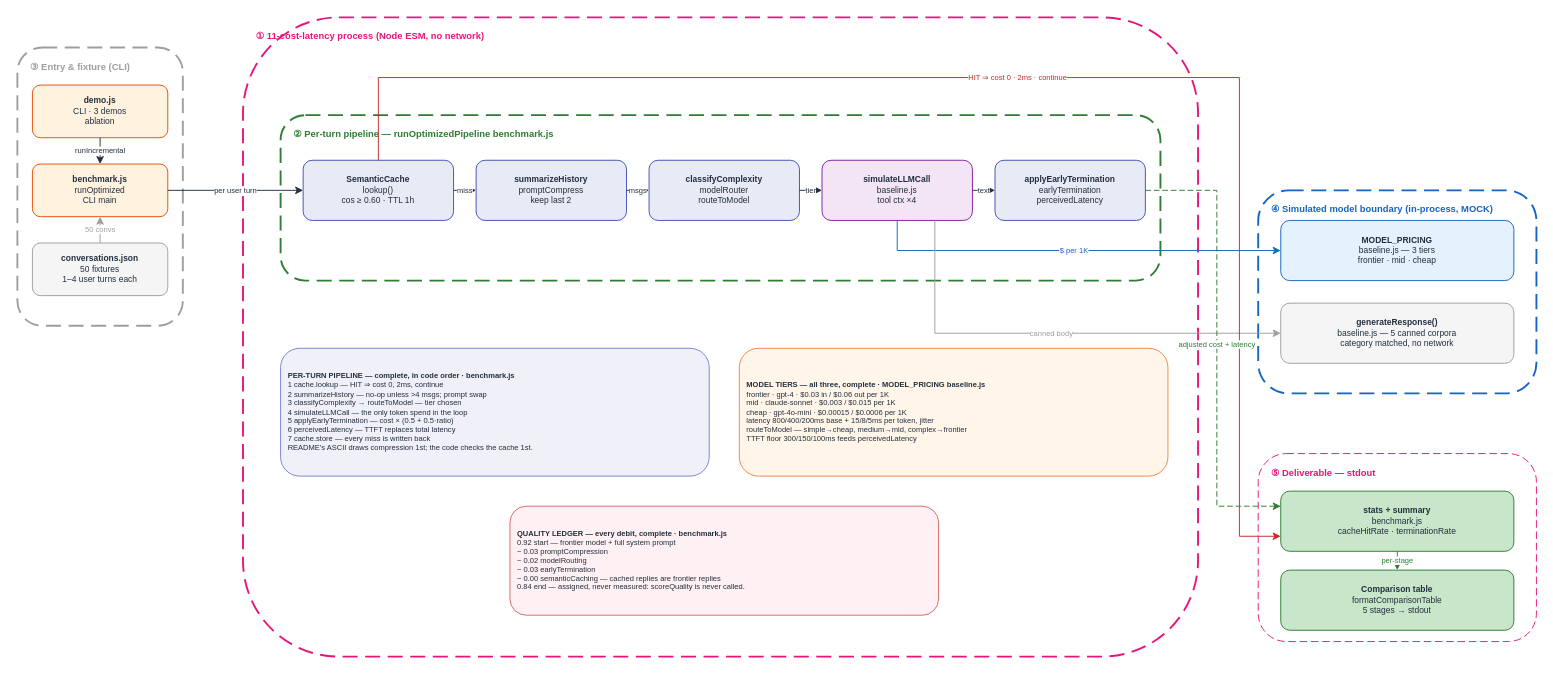
Above: docs/diagrams/cost_latency_v1/HOA_CostLatency_v1.drawio in gmaheshraju/Hands-on-AgenticAI (draw.io), before the change. Source tidied: cells renumbered, new cells numbered last; positions are measured from the earlier drawing's top-left corner, leaving out a move shared by most shapes. Both pictures are drawn from the tidied source at 94%, with x=0, y=0 at pixel (17, 17).
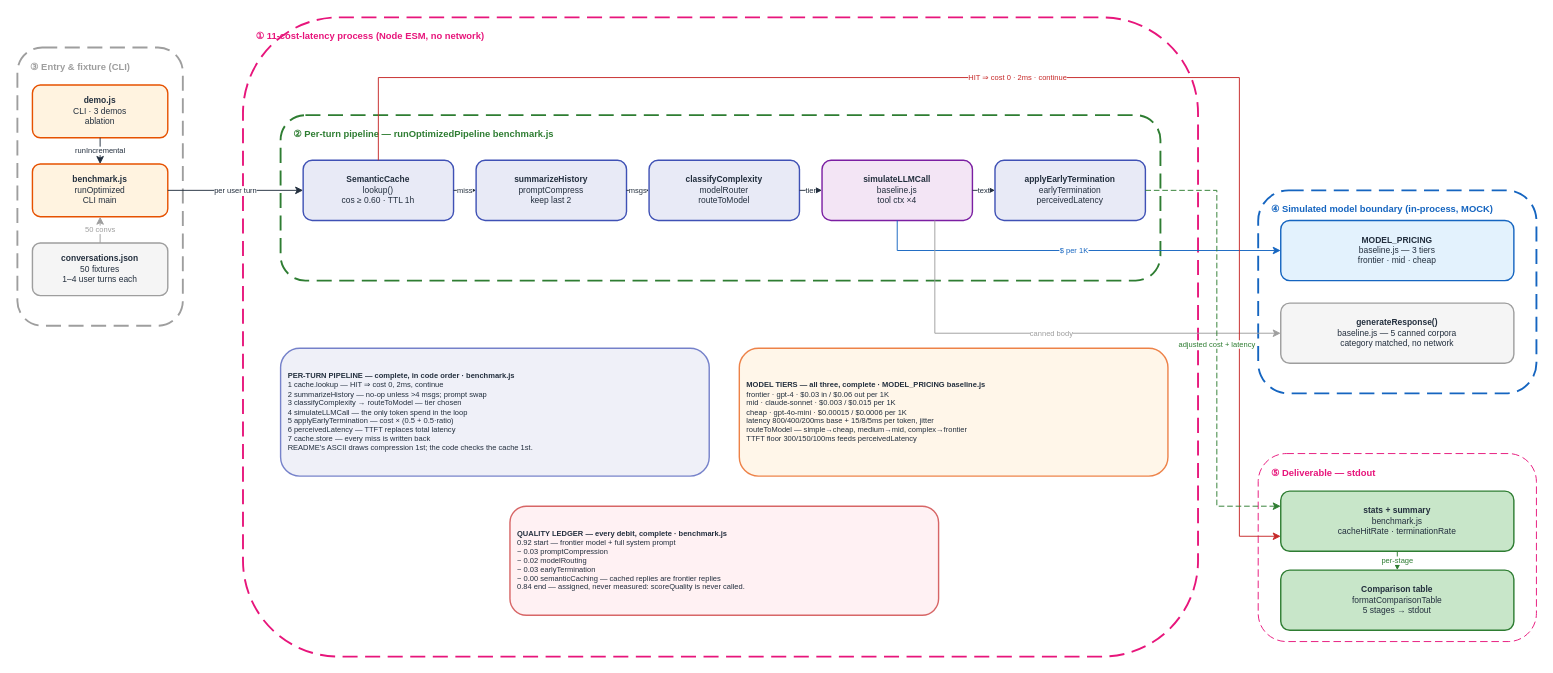
After the change.

Change to the diagram source:
```diff
@@
-    <mxCell id="12" value="&lt;b&gt;demo.js&lt;/b&gt;&lt;br&gt;CLI · 3 demos&lt;br&gt;ablation" style="rounded=1;fillColor=#FFF3E0;strokeColor=#E65100;fontSize=9;fontColor=#232F3E;html=1;whiteSpace=wrap;align=center;" parent="1" vertex="1">
+    <mxCell id="12" value="&lt;b&gt;demo.js&lt;/b&gt;&lt;br&gt;CLI · 3 demos&lt;br&gt;ablation" style="rounded=1;fillColor=#FFF3E0;strokeColor=#E65100;strokeWidth=1.5;fontSize=9;fontColor=#232F3E;html=1;whiteSpace=wrap;align=center;" parent="1" vertex="1">
       <mxGeometry x="16" y="72" width="144" height="56" as="geometry" />
     </mxCell>
-    <mxCell id="13" value="&lt;b&gt;benchmark.js&lt;/b&gt;&lt;br&gt;runOptimized&lt;br&gt;CLI main" style="rounded=1;fillColor=#FFF3E0;strokeColor=#E65100;fontSize=9;fontColor=#232F3E;html=1;whiteSpace=wrap;align=center;" parent="1" vertex="1">
+    <mxCell id="13" value="&lt;b&gt;benchmark.js&lt;/b&gt;&lt;br&gt;runOptimized&lt;br&gt;CLI main" style="rounded=1;fillColor=#FFF3E0;strokeColor=#E65100;strokeWidth=1.5;fontSize=9;fontColor=#232F3E;html=1;whiteSpace=wrap;align=center;" parent="1" vertex="1">
       <mxGeometry x="16" y="156" width="144" height="56" as="geometry" />
     </mxCell>
-    <mxCell id="14" value="&lt;b&gt;conversations.json&lt;/b&gt;&lt;br&gt;50 fixtures&lt;br&gt;1–4 user turns each" style="rounded=1;fillColor=#F5F5F5;strokeColor=#9E9E9E;fontSize=9;fontColor=#232F3E;html=1;whiteSpace=wrap;align=center;" parent="1" vertex="1">
+    <mxCell id="14" value="&lt;b&gt;conversations.json&lt;/b&gt;&lt;br&gt;50 fixtures&lt;br&gt;1–4 user turns each" style="rounded=1;fillColor=#F5F5F5;strokeColor=#9E9E9E;strokeWidth=1.5;fontSize=9;fontColor=#232F3E;html=1;whiteSpace=wrap;align=center;" parent="1" vertex="1">
       <mxGeometry x="16" y="240" width="144" height="56" as="geometry" />
     </mxCell>
-    <mxCell id="15" value="&lt;b&gt;SemanticCache&lt;/b&gt;&lt;br&gt;lookup()&lt;br&gt;cos ≥ 0.60 · TTL 1h" style="rounded=1;fillColor=#E8EAF6;strokeColor=#3F51B5;fontSize=9;fontColor=#232F3E;html=1;whiteSpace=wrap;align=center;" parent="1" vertex="1">
+    <mxCell id="15" value="&lt;b&gt;SemanticCache&lt;/b&gt;&lt;br&gt;lookup()&lt;br&gt;cos ≥ 0.60 · TTL 1h" style="rounded=1;fillColor=#E8EAF6;strokeColor=#3F51B5;strokeWidth=1.5;fontSize=9;fontColor=#232F3E;html=1;whiteSpace=wrap;align=center;" parent="1" vertex="1">
       <mxGeometry x="304" y="152" width="160" height="64" as="geometry" />
     </mxCell>
-    <mxCell id="16" value="&lt;b&gt;summarizeHistory&lt;/b&gt;&lt;br&gt;promptCompress&lt;br&gt;keep last 2" style="rounded=1;fillColor=#E8EAF6;strokeColor=#3F51B5;fontSize=9;fontColor=#232F3E;html=1;whiteSpace=wrap;align=center;" parent="1" vertex="1">
+    <mxCell id="16" value="&lt;b&gt;summarizeHistory&lt;/b&gt;&lt;br&gt;promptCompress&lt;br&gt;keep last 2" style="rounded=1;fillColor=#E8EAF6;strokeColor=#3F51B5;strokeWidth=1.5;fontSize=9;fontColor=#232F3E;html=1;whiteSpace=wrap;align=center;" parent="1" vertex="1">
       <mxGeometry x="488" y="152" width="160" height="64" as="geometry" />
     </mxCell>
-    <mxCell id="17" value="&lt;b&gt;classifyComplexity&lt;/b&gt;&lt;br&gt;modelRouter&lt;br&gt;routeToModel" style="rounded=1;fillColor=#E8EAF6;strokeColor=#3F51B5;fontSize=9;fontColor=#232F3E;html=1;whiteSpace=wrap;align=center;" parent="1" vertex="1">
+    <mxCell id="17" value="&lt;b&gt;classifyComplexity&lt;/b&gt;&lt;br&gt;modelRouter&lt;br&gt;routeToModel" style="rounded=1;fillColor=#E8EAF6;strokeColor=#3F51B5;strokeWidth=1.5;fontSize=9;fontColor=#232F3E;html=1;whiteSpace=wrap;align=center;" parent="1" vertex="1">
       <mxGeometry x="672" y="152" width="160" height="64" as="geometry" />
     </mxCell>
-    <mxCell id="18" value="&lt;b&gt;simulateLLMCall&lt;/b&gt;&lt;br&gt;baseline.js&lt;br&gt;tool ctx ×4" style="rounded=1;fillColor=#F3E5F5;strokeColor=#7B1FA2;fontSize=9;fontColor=#232F3E;html=1;whiteSpace=wrap;align=center;" parent="1" vertex="1">
+    <mxCell id="18" value="&lt;b&gt;simulateLLMCall&lt;/b&gt;&lt;br&gt;baseline.js&lt;br&gt;tool ctx ×4" style="rounded=1;fillColor=#F3E5F5;strokeColor=#7B1FA2;strokeWidth=1.5;fontSize=9;fontColor=#232F3E;html=1;whiteSpace=wrap;align=center;" parent="1" vertex="1">
       <mxGeometry x="856" y="152" width="160" height="64" as="geometry" />
     </mxCell>
-    <mxCell id="19" value="&lt;b&gt;applyEarlyTermination&lt;/b&gt;&lt;br&gt;earlyTermination&lt;br&gt;perceivedLatency" style="rounded=1;fillColor=#E8EAF6;strokeColor=#3F51B5;fontSize=9;fontColor=#232F3E;html=1;whiteSpace=wrap;align=center;" parent="1" vertex="1">
+    <mxCell id="19" value="&lt;b&gt;applyEarlyTermination&lt;/b&gt;&lt;br&gt;earlyTermination&lt;br&gt;perceivedLatency" style="rounded=1;fillColor=#E8EAF6;strokeColor=#3F51B5;strokeWidth=1.5;fontSize=9;fontColor=#232F3E;html=1;whiteSpace=wrap;align=center;" parent="1" vertex="1">
       <mxGeometry x="1040" y="152" width="160" height="64" as="geometry" />
     </mxCell>
-    <mxCell id="20" value="&lt;b&gt;MODEL_PRICING&lt;/b&gt;&lt;br&gt;baseline.js — 3 tiers&lt;br&gt;frontier · mid · cheap" style="rounded=1;fillColor=#E3F2FD;strokeColor=#1565C0;fontSize=9;fontColor=#232F3E;html=1;whiteSpace=wrap;align=center;" parent="1" vertex="1">
+    <mxCell id="20" value="&lt;b&gt;MODEL_PRICING&lt;/b&gt;&lt;br&gt;baseline.js — 3 tiers&lt;br&gt;frontier · mid · cheap" style="rounded=1;fillColor=#E3F2FD;strokeColor=#1565C0;strokeWidth=1.5;fontSize=9;fontColor=#232F3E;html=1;whiteSpace=wrap;align=center;" parent="1" vertex="1">
       <mxGeometry x="1344" y="216" width="248" height="64" as="geometry" />
     </mxCell>
-    <mxCell id="21" value="&lt;b&gt;generateResponse()&lt;/b&gt;&lt;br&gt;baseline.js — 5 canned corpora&lt;br&gt;category matched, no network" style="rounded=1;fillColor=#F5F5F5;strokeColor=#9E9E9E;fontSize=9;fontColor=#232F3E;html=1;whiteSpace=wrap;align=center;" parent="1" vertex="1">
+    <mxCell id="21" value="&lt;b&gt;generateResponse()&lt;/b&gt;&lt;br&gt;baseline.js — 5 canned corpora&lt;br&gt;category matched, no network" style="rounded=1;fillColor=#F5F5F5;strokeColor=#9E9E9E;strokeWidth=1.5;fontSize=9;fontColor=#232F3E;html=1;whiteSpace=wrap;align=center;" parent="1" vertex="1">
       <mxGeometry x="1344" y="304" width="248" height="64" as="geometry" />
     </mxCell>
-    <mxCell id="22" value="&lt;b&gt;stats + summary&lt;/b&gt;&lt;br&gt;benchmark.js&lt;br&gt;cacheHitRate · terminationRate" style="rounded=1;fillColor=#C8E6C9;strokeColor=#2E7D32;fontSize=9;fontColor=#232F3E;html=1;whiteSpace=wrap;align=center;" parent="1" vertex="1">
+    <mxCell id="22" value="&lt;b&gt;stats + summary&lt;/b&gt;&lt;br&gt;benchmark.js&lt;br&gt;cacheHitRate · terminationRate" style="rounded=1;fillColor=#C8E6C9;strokeColor=#2E7D32;strokeWidth=1.5;fontSize=9;fontColor=#232F3E;html=1;whiteSpace=wrap;align=center;" parent="1" vertex="1">
       <mxGeometry x="1344" y="504" width="248" height="64" as="geometry" />
     </mxCell>
-    <mxCell id="23" value="&lt;b&gt;Comparison table&lt;/b&gt;&lt;br&gt;formatComparisonTable&lt;br&gt;5 stages → stdout" style="rounded=1;fillColor=#C8E6C9;strokeColor=#2E7D32;fontSize=9;fontColor=#232F3E;html=1;whiteSpace=wrap;align=center;" parent="1" vertex="1">
+    <mxCell id="23" value="&lt;b&gt;Comparison table&lt;/b&gt;&lt;br&gt;formatComparisonTable&lt;br&gt;5 stages → stdout" style="rounded=1;fillColor=#C8E6C9;strokeColor=#2E7D32;strokeWidth=1.5;fontSize=9;fontColor=#232F3E;html=1;whiteSpace=wrap;align=center;" parent="1" vertex="1">
       <mxGeometry x="1344" y="588" width="248" height="64" as="geometry" />
     </mxCell>
-    <mxCell id="24" value="&lt;b&gt;PER-TURN PIPELINE — complete, in code order · benchmark.js&lt;/b&gt;&lt;br&gt;1 cache.lookup — HIT ⇒ cost 0, 2ms, continue&lt;br&gt;2 summarizeHistory — no-op unless &amp;gt;4 msgs; prompt swap&lt;br&gt;3 classifyComplexity → routeToModel — tier chosen&lt;br&gt;4 simulateLLMCall — the only token spend in the loop&lt;br&gt;5 applyEarlyTermination — cost × (0.5 + 0.5·ratio)&lt;br&gt;6 perceivedLatency — TTFT replaces total latency&lt;br&gt;7 cache.store — every miss is written back&lt;br&gt;README's ASCII draws compression 1st; the code checks the cache 1st." style="rounded=1;fillColor=#E8EAF6;strokeColor=#3F51B5;fontSize=8;fontColor=#232F3E;html=1;whiteSpace=wrap;align=left;spacingLeft=6;opacity=70;" parent="1" vertex="1">
+    <mxCell id="24" value="&lt;b&gt;PER-TURN PIPELINE — complete, in code order · benchmark.js&lt;/b&gt;&lt;br&gt;1 cache.lookup — HIT ⇒ cost 0, 2ms, continue&lt;br&gt;2 summarizeHistory — no-op unless &amp;gt;4 msgs; prompt swap&lt;br&gt;3 classifyComplexity → routeToModel — tier chosen&lt;br&gt;4 simulateLLMCall — the only token spend in the loop&lt;br&gt;5 applyEarlyTermination — cost × (0.5 + 0.5·ratio)&lt;br&gt;6 perceivedLatency — TTFT replaces total latency&lt;br&gt;7 cache.store — every miss is written back&lt;br&gt;README's ASCII draws compression 1st; the code checks the cache 1st." style="rounded=1;fillColor=#E8EAF6;strokeColor=#3F51B5;strokeWidth=1.5;fontSize=8;fontColor=#232F3E;html=1;whiteSpace=wrap;align=left;spacingLeft=6;opacity=70;" parent="1" vertex="1">
       <mxGeometry x="280" y="352" width="456" height="136" as="geometry" />
     </mxCell>
-    <mxCell id="25" value="&lt;b&gt;MODEL TIERS — all three, complete · MODEL_PRICING baseline.js&lt;/b&gt;&lt;br&gt;frontier · gpt-4 · $0.03 in / $0.06 out per 1K&lt;br&gt;mid · claude-sonnet · $0.003 / $0.015 per 1K&lt;br&gt;cheap · gpt-4o-mini · $0.00015 / $0.0006 per 1K&lt;br&gt;latency 800/400/200ms base + 15/8/5ms per token, jitter&lt;br&gt;routeToModel — simple→cheap, medium→mid, complex→frontier&lt;br&gt;TTFT floor 300/150/100ms feeds perceivedLatency" style="rounded=1;fillColor=#FFF3E0;strokeColor=#E65100;fontSize=8;fontColor=#232F3E;html=1;whiteSpace=wrap;align=left;spacingLeft=6;opacity=70;" parent="1" vertex="1">
+    <mxCell id="25" value="&lt;b&gt;MODEL TIERS — all three, complete · MODEL_PRICING baseline.js&lt;/b&gt;&lt;br&gt;frontier · gpt-4 · $0.03 in / $0.06 out per 1K&lt;br&gt;mid · claude-sonnet · $0.003 / $0.015 per 1K&lt;br&gt;cheap · gpt-4o-mini · $0.00015 / $0.0006 per 1K&lt;br&gt;latency 800/400/200ms base + 15/8/5ms per token, jitter&lt;br&gt;routeToModel — simple→cheap, medium→mid, complex→frontier&lt;br&gt;TTFT floor 300/150/100ms feeds perceivedLatency" style="rounded=1;fillColor=#FFF3E0;strokeColor=#E65100;strokeWidth=1.5;fontSize=8;fontColor=#232F3E;html=1;whiteSpace=wrap;align=left;spacingLeft=6;opacity=70;" parent="1" vertex="1">
       <mxGeometry x="768" y="352" width="456" height="136" as="geometry" />
     </mxCell>
-    <mxCell id="26" value="&lt;b&gt;QUALITY LEDGER — every debit, complete · benchmark.js&lt;/b&gt;&lt;br&gt;0.92 start — frontier model + full system prompt&lt;br&gt;− 0.03 promptCompression&lt;br&gt;− 0.02 modelRouting&lt;br&gt;− 0.03 earlyTermination&lt;br&gt;− 0.00 semanticCaching — cached replies are frontier replies&lt;br&gt;0.84 end — assigned, never measured: scoreQuality is never called." style="rounded=1;fillColor=#FFEBEE;strokeColor=#C62828;fontSize=8;fontColor=#232F3E;html=1;whiteSpace=wrap;align=left;spacingLeft=6;opacity=70;" parent="1" vertex="1">
+    <mxCell id="26" value="&lt;b&gt;QUALITY LEDGER — every debit, complete · benchmark.js&lt;/b&gt;&lt;br&gt;0.92 start — frontier model + full system prompt&lt;br&gt;− 0.03 promptCompression&lt;br&gt;− 0.02 modelRouting&lt;br&gt;− 0.03 earlyTermination&lt;br&gt;− 0.00 semanticCaching — cached replies are frontier replies&lt;br&gt;0.84 end — assigned, never measured: scoreQuality is never called." style="rounded=1;fillColor=#FFEBEE;strokeColor=#C62828;strokeWidth=1.5;fontSize=8;fontColor=#232F3E;html=1;whiteSpace=wrap;align=left;spacingLeft=6;opacity=70;" parent="1" vertex="1">
       <mxGeometry x="524" y="520" width="456" height="116" as="geometry" />
     </mxCell>
```
